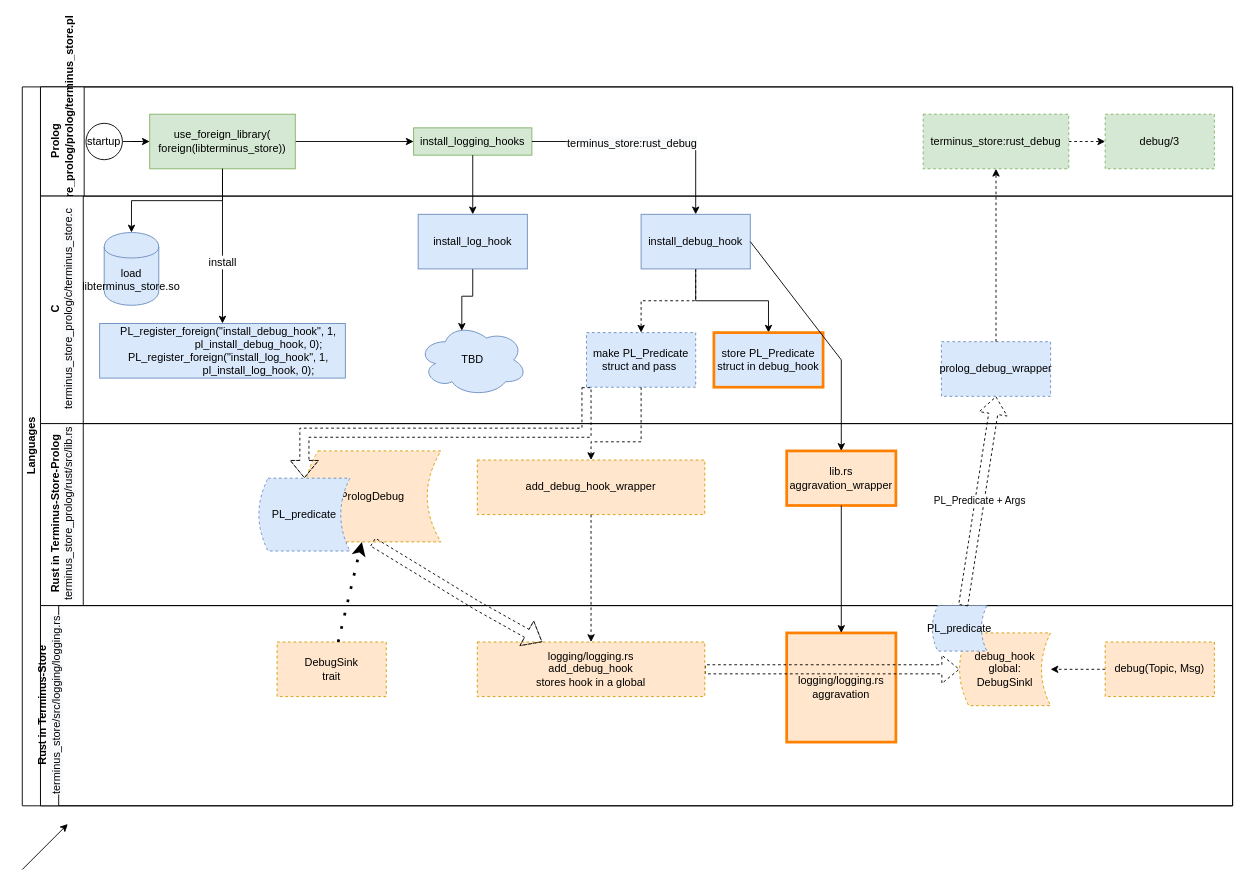
Before: docs/logginghook.drawio in terminusdb/terminus_store_prolog, a draw.io diagram. Source tidied: cells renumbered, new cells numbered last; positions are measured from the earlier drawing's top-left corner, leaving out a move shared by most shapes. Both pictures are drawn from the tidied source at 91%, with x=0, y=0 at pixel (22, 86).
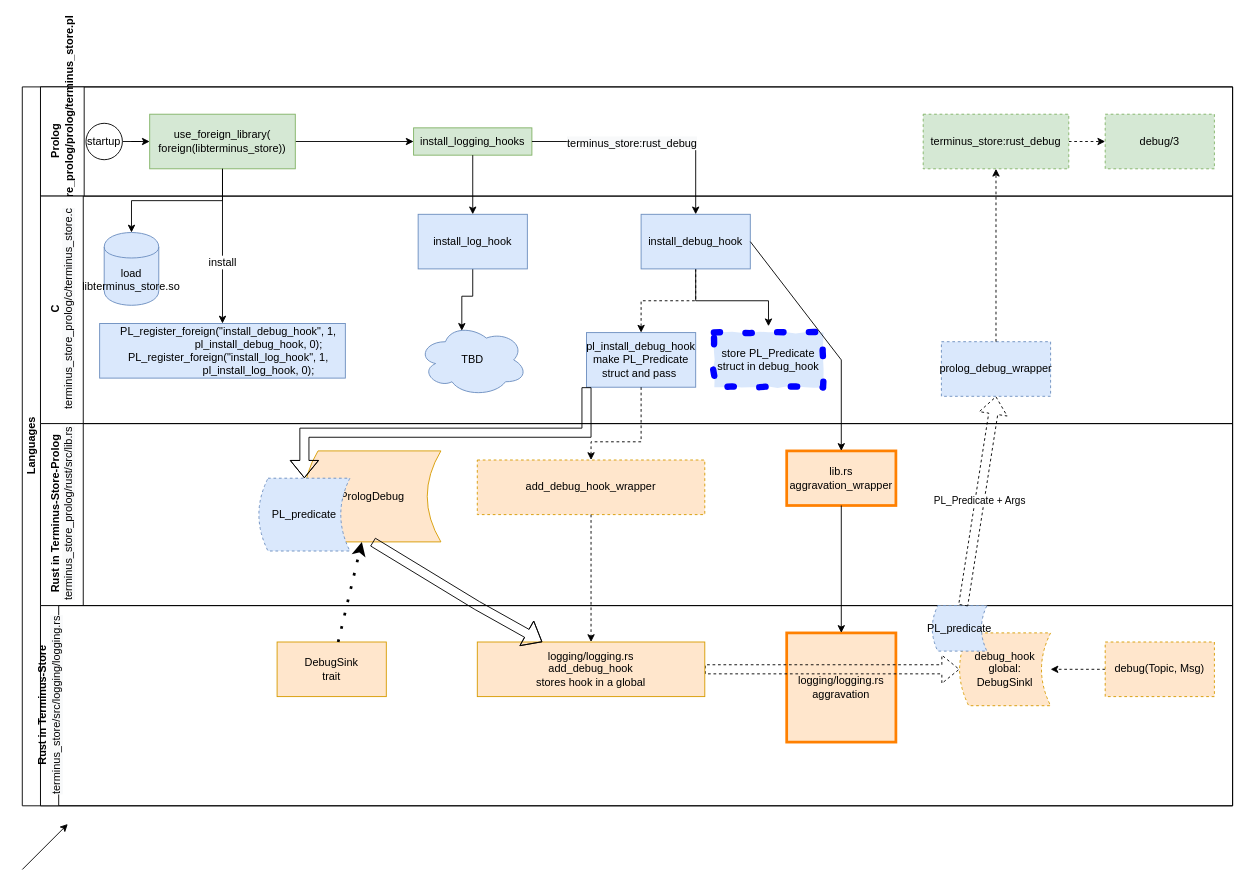
The same diagram, later.

Commit message (it also covers changes not shown here):
commit in sync with 2f425ebf3c374008a0582d876bcbd2e77f7daa40 before moving PL_Predicate store to C

The change refers to these unchanged cells:
```xml
<mxCell id="2" value="Languages" style="swimlane;html=1;horizontal=0;startSize=20;" parent="1" vertex="1">
  <mxGeometry width="1330" height="790" as="geometry" />
</mxCell>
<mxCell id="16" value="C&lt;br&gt;&lt;span style=&quot;font-weight: 400 ; white-space: normal ; background-color: rgb(248 , 249 , 250)&quot;&gt;terminus_store_prolog/c/terminus_store.c&lt;/span&gt;" style="swimlane;html=1;startSize=47;horizontal=0;" parent="2" vertex="1">
  <mxGeometry x="20" y="120" width="1310" height="250" as="geometry" />
</mxCell>
<mxCell id="29" value="Rust in Terminus-Store-Prolog&lt;br&gt;&lt;span style=&quot;font-weight: 400 ; white-space: normal ; background-color: rgb(248 , 249 , 250)&quot;&gt;terminus_store_prolog/rust/src/lib.rs&lt;/span&gt;" style="swimlane;html=1;startSize=47;horizontal=0;" parent="2" vertex="1">
  <mxGeometry x="20" y="370" width="1310" height="200" as="geometry" />
</mxCell>
<mxCell id="34" value="PL_predicate" style="shape=dataStorage;whiteSpace=wrap;html=1;strokeColor=#6c8ebf;fillColor=#dae8fc;rounded=0;dashed=1;" parent="29" vertex="1">
  <mxGeometry x="240" y="60" width="100" height="80" as="geometry" />
</mxCell>
<mxCell id="35" value="Rust in Terminus-Store&lt;br&gt;&lt;span style=&quot;font-weight: 400 ; white-space: normal ; background-color: rgb(248 , 249 , 250)&quot;&gt;terminus_store/src/logging/logging.rs&lt;/span&gt;" style="swimlane;html=1;startSize=20;horizontal=0;" parent="2" vertex="1">
  <mxGeometry x="20" y="570" width="1310" height="220" as="geometry" />
</mxCell>
```

What changed in the source:
```diff
@@
-    <mxCell id="26" value="store PL_Predicate&lt;br&gt;struct in debug_hook" style="rounded=0;whiteSpace=wrap;html=1;fillColor=#dae8fc;strokeColor=#FF8000;strokeWidth=3;" parent="16" vertex="1">
+    <mxCell id="26" value="store PL_Predicate&lt;br&gt;struct in debug_hook" style="rounded=0;whiteSpace=wrap;html=1;fillColor=#dae8fc;strokeColor=#0000FF;strokeWidth=7;dashed=1;dashPattern=1 4;perimeterSpacing=7;comic=1;" parent="16" vertex="1">
       <mxGeometry x="740" y="150" width="120" height="60" as="geometry" />
     </mxCell>
-    <mxCell id="27" value="make PL_Predicate&lt;br&gt;struct and pass&amp;nbsp;" style="rounded=0;whiteSpace=wrap;html=1;fillColor=#dae8fc;strokeColor=#6c8ebf;dashed=1;" parent="16" vertex="1">
+    <mxCell id="27" value="pl_install_debug_hook&lt;br&gt;make PL_Predicate&lt;br&gt;struct and pass&amp;nbsp;" style="rounded=0;whiteSpace=wrap;html=1;fillColor=#dae8fc;strokeColor=#6c8ebf;" parent="16" vertex="1">
       <mxGeometry x="600" y="150" width="120" height="60" as="geometry" />
     </mxCell>
@@
-    <mxCell id="33" value="PrologDebug" style="shape=dataStorage;whiteSpace=wrap;html=1;strokeColor=#d79b00;rounded=0;dashed=1;fillColor=#ffe6cc;" parent="29" vertex="1">
+    <mxCell id="33" value="PrologDebug" style="shape=dataStorage;whiteSpace=wrap;html=1;strokeColor=#d79b00;rounded=0;fillColor=#ffe6cc;" parent="29" vertex="1">
       <mxGeometry x="290" y="30" width="150" height="100" as="geometry" />
     </mxCell>
@@
-    <mxCell id="39" value="logging/logging.rs&lt;br&gt;add_debug_hook&lt;br&gt;stores hook in a global" style="rounded=0;whiteSpace=wrap;html=1;dashed=1;fillColor=#ffe6cc;strokeColor=#d79b00;" parent="35" vertex="1">
+    <mxCell id="39" value="logging/logging.rs&lt;br&gt;add_debug_hook&lt;br&gt;stores hook in a global" style="rounded=0;whiteSpace=wrap;html=1;fillColor=#ffe6cc;strokeColor=#d79b00;" parent="35" vertex="1">
       <mxGeometry x="480" y="40" width="250" height="60" as="geometry" />
     </mxCell>
@@
-    <mxCell id="44" value="DebugSink&lt;br&gt;trait" style="rounded=0;whiteSpace=wrap;html=1;fillColor=#ffe6cc;strokeColor=#d79b00;dashed=1;" parent="35" vertex="1">
+    <mxCell id="44" value="DebugSink&lt;br&gt;trait" style="rounded=0;whiteSpace=wrap;html=1;fillColor=#ffe6cc;strokeColor=#d79b00;" parent="35" vertex="1">
       <mxGeometry x="260" y="40" width="120" height="60" as="geometry" />
     </mxCell>
@@
-    <mxCell id="50" style="shape=flexArrow;endArrow=classic;html=1;dashed=1;exitX=0.5;exitY=1;exitDx=0;exitDy=0;" parent="2" edge="1" source="33" target="39">
+    <mxCell id="50" style="shape=flexArrow;endArrow=classic;html=1;exitX=0.5;exitY=1;exitDx=0;exitDy=0;" parent="2" edge="1" source="33" target="39">
       <mxGeometry relative="1" as="geometry">
         <Array as="points">
           <mxPoint x="500" y="570" />
         </Array>
       </mxGeometry>
     </mxCell>
@@
-    <mxCell id="57" style="edgeStyle=orthogonalEdgeStyle;rounded=0;jettySize=auto;html=1;exitX=0;exitY=1;exitDx=0;exitDy=0;dashed=1;shape=flexArrow;" parent="2" edge="1" source="27" target="34">
+    <mxCell id="57" style="edgeStyle=orthogonalEdgeStyle;rounded=0;jettySize=auto;html=1;exitX=0;exitY=1;exitDx=0;exitDy=0;shape=flexArrow;" parent="2" edge="1" source="27" target="34">
       <mxGeometry relative="1" as="geometry" />
     </mxCell>
```
